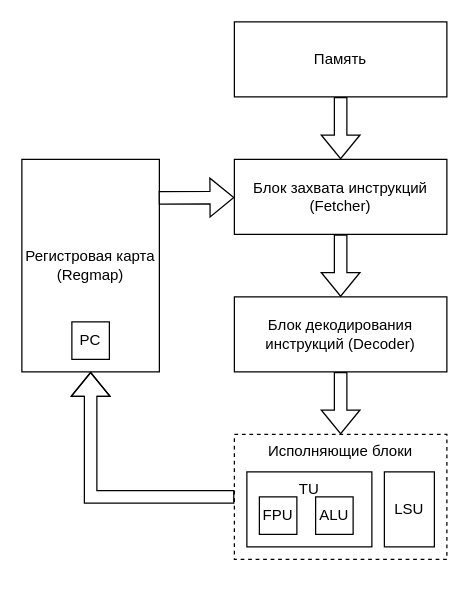
Before: docs/starukhin_dissertation/images/svg/decfetexe.drawio in HaMeNopeDiot/hardware_gpu, a draw.io diagram. Source tidied: cells renumbered, new cells numbered last; positions are measured from the earlier drawing's top-left corner, leaving out a move shared by most shapes. Both pictures are drawn from the tidied source at 125%, with x=0, y=0 at pixel (21, 21).
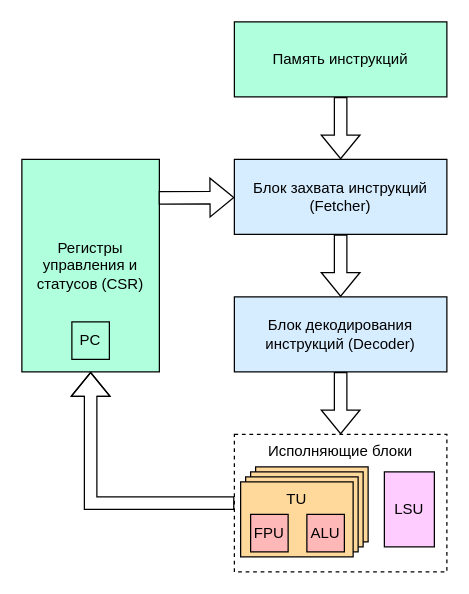
The same page after the edit.

Diff of the diagram source:
```diff
@@
 <mxGraphModel>
   <root>
     <mxCell id="0" />
     <mxCell id="1" parent="0" />
     <mxCell id="2" value="Исполняющие блоки" style="rounded=0;whiteSpace=wrap;html=1;fillColor=default;dashed=1;verticalAlign=top;" parent="1" vertex="1">
-      <mxGeometry x="170" y="330" width="170" height="100" as="geometry" />
+      <mxGeometry x="170" y="330" width="170" height="110" as="geometry" />
     </mxCell>
+    <mxCell id="17" style="rounded=0;whiteSpace=wrap;html=1;verticalAlign=top;gradientColor=none;gradientDirection=east;fillColor=#FFD99C;" parent="1" vertex="1">
+      <mxGeometry x="187" y="356" width="90" height="60" as="geometry" />
+    </mxCell>
+    <mxCell id="18" style="rounded=0;whiteSpace=wrap;html=1;verticalAlign=top;gradientColor=none;gradientDirection=east;fillColor=#FFD99C;" parent="1" vertex="1">
+      <mxGeometry x="183" y="360" width="90" height="60" as="geometry" />
+    </mxCell>
+    <mxCell id="19" style="rounded=0;whiteSpace=wrap;html=1;verticalAlign=top;gradientColor=none;gradientDirection=east;fillColor=#FFD99C;" parent="1" vertex="1">
+      <mxGeometry x="179" y="364" width="90" height="60" as="geometry" />
+    </mxCell>
-    <mxCell id="3" value="Память" style="rounded=0;whiteSpace=wrap;html=1;" parent="1" vertex="1">
+    <mxCell id="3" value="Память инструкций" style="rounded=0;whiteSpace=wrap;html=1;gradientColor=none;gradientDirection=east;fillColor=#B0FFDD;" parent="1" vertex="1">
       <mxGeometry x="170" width="170" height="60" as="geometry" />
     </mxCell>
-    <mxCell id="4" value="TU" style="rounded=0;whiteSpace=wrap;html=1;verticalAlign=top;" parent="1" vertex="1">
-      <mxGeometry x="180" y="360" width="100" height="60" as="geometry" />
+    <mxCell id="4" value="TU" style="rounded=0;whiteSpace=wrap;html=1;verticalAlign=top;gradientColor=none;gradientDirection=east;fillColor=#FFD99C;" parent="1" vertex="1">
+      <mxGeometry x="175" y="368" width="90" height="60" as="geometry" />
     </mxCell>
-    <mxCell id="5" value="Блок захвата инструкций (Fetcher)" style="rounded=0;whiteSpace=wrap;html=1;" parent="1" vertex="1">
+    <mxCell id="5" value="Блок захвата инструкций (Fetcher)" style="rounded=0;whiteSpace=wrap;html=1;gradientColor=none;gradientDirection=east;fillColor=#D6ECFF;" parent="1" vertex="1">
       <mxGeometry x="170" y="110" width="170" height="60" as="geometry" />
     </mxCell>
-    <mxCell id="6" value="Блок декодирования инструкций (Decoder)" style="rounded=0;whiteSpace=wrap;html=1;" parent="1" vertex="1">
+    <mxCell id="6" value="Блок декодирования инструкций (Decoder)" style="rounded=0;whiteSpace=wrap;html=1;gradientColor=none;gradientDirection=east;fillColor=#D6ECFF;" parent="1" vertex="1">
       <mxGeometry x="170" y="220" width="170" height="60" as="geometry" />
     </mxCell>
-    <mxCell id="7" value="FPU" style="rounded=0;whiteSpace=wrap;html=1;" parent="1" vertex="1">
-      <mxGeometry x="190" y="380" width="30" height="30" as="geometry" />
+    <mxCell id="7" value="FPU" style="rounded=0;whiteSpace=wrap;html=1;gradientColor=none;gradientDirection=east;fillColor=#FFB8B8;" parent="1" vertex="1">
+      <mxGeometry x="183" y="394" width="30" height="30" as="geometry" />
     </mxCell>
-    <mxCell id="8" value="ALU" style="rounded=0;whiteSpace=wrap;html=1;" parent="1" vertex="1">
-      <mxGeometry x="235" y="380" width="30" height="30" as="geometry" />
+    <mxCell id="8" value="ALU" style="rounded=0;whiteSpace=wrap;html=1;gradientColor=none;gradientDirection=east;fillColor=#FFB8B8;" parent="1" vertex="1">
+      <mxGeometry x="228" y="394" width="30" height="30" as="geometry" />
     </mxCell>
-    <mxCell id="9" value="LSU" style="rounded=0;whiteSpace=wrap;html=1;" parent="1" vertex="1">
+    <mxCell id="9" value="LSU" style="rounded=0;whiteSpace=wrap;html=1;gradientColor=none;gradientDirection=east;fillColor=#FFCCFF;" parent="1" vertex="1">
       <mxGeometry x="290" y="360" width="40" height="60" as="geometry" />
     </mxCell>
     <mxCell id="10" style="shape=flexArrow;endArrow=classic;html=1;rounded=0;fillColor=default;" parent="1" edge="1" source="5" target="6">
       <mxGeometry relative="1" as="geometry" />
     </mxCell>
     <mxCell id="11" style="shape=flexArrow;endArrow=classic;html=1;rounded=0;fillColor=default;" parent="1" edge="1" source="3" target="5">
       <mxGeometry relative="1" as="geometry" />
     </mxCell>
     <mxCell id="12" style="shape=flexArrow;endArrow=classic;html=1;rounded=0;fillColor=default;" parent="1" edge="1" source="6" target="2">
       <mxGeometry relative="1" as="geometry" />
     </mxCell>
-    <mxCell id="13" value="Регистровая карта (Regmap)" style="rounded=0;whiteSpace=wrap;html=1;verticalAlign=middle;" parent="1" vertex="1">
+    <mxCell id="13" value="Регистры управления и статусов (CSR)" style="rounded=0;whiteSpace=wrap;html=1;verticalAlign=middle;gradientColor=none;gradientDirection=east;fillColor=#B0FFDD;" parent="1" vertex="1">
       <mxGeometry y="110" width="110" height="170" as="geometry" />
     </mxCell>
     <mxCell id="14" style="shape=flexArrow;endArrow=classic;html=1;rounded=0;edgeStyle=orthogonalEdgeStyle;fillColor=default;" parent="1" edge="1" source="2" target="13">
       <mxGeometry relative="1" as="geometry" />
     </mxCell>
-    <mxCell id="15" value="PC" style="rounded=0;whiteSpace=wrap;html=1;" parent="1" vertex="1">
+    <mxCell id="15" value="PC" style="rounded=0;whiteSpace=wrap;html=1;gradientColor=none;gradientDirection=east;fillColor=#B0FFDD;" parent="1" vertex="1">
       <mxGeometry x="40" y="240" width="30" height="30" as="geometry" />
     </mxCell>
     <mxCell id="16" style="shape=flexArrow;endArrow=classic;html=1;rounded=0;exitX=0.995;exitY=0.181;exitDx=0;exitDy=0;exitPerimeter=0;fillColor=default;" parent="1" edge="1" source="13" target="5">
       <mxGeometry relative="1" as="geometry" />
     </mxCell>
   </root>
 </mxGraphModel>
```
